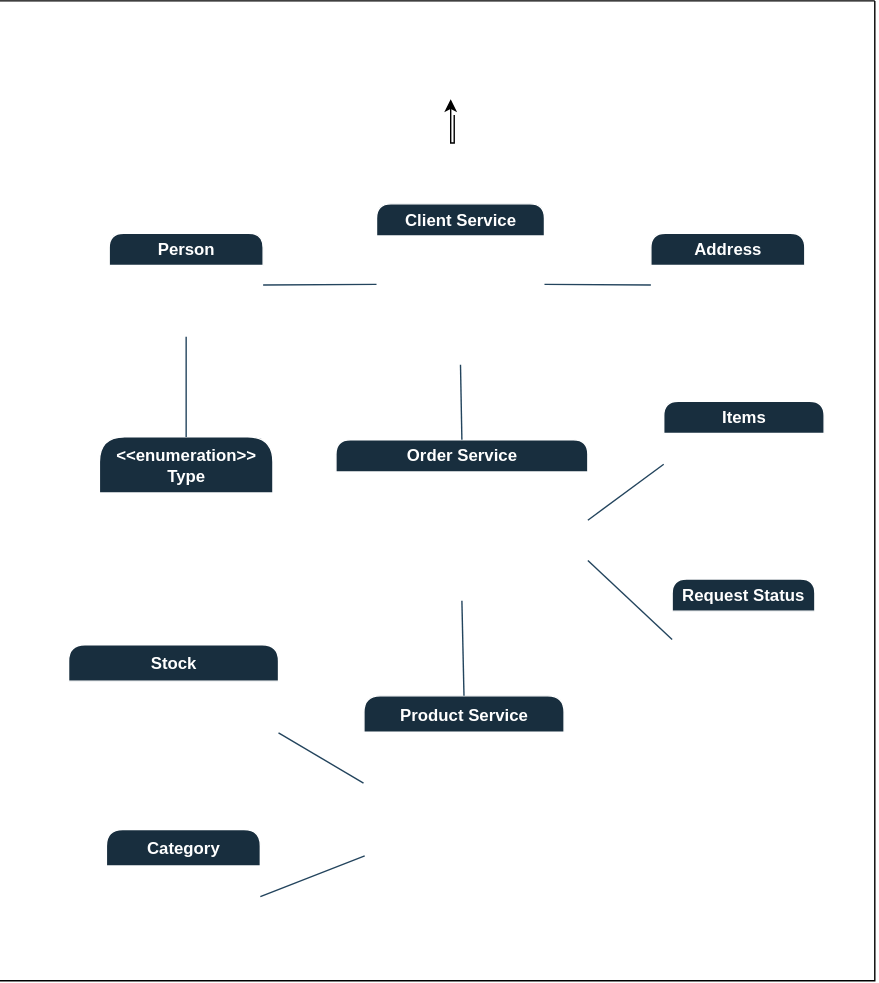
This is docs/diagram-msorderservice-apis.svg from romulomotadev/portfolio-msorderservice-v2, a draw.io export, as it was before one commit. Source tidied: cells renumbered, new cells last; positions are measured from the earlier drawing's top-left corner, leaving out a move shared by most shapes.
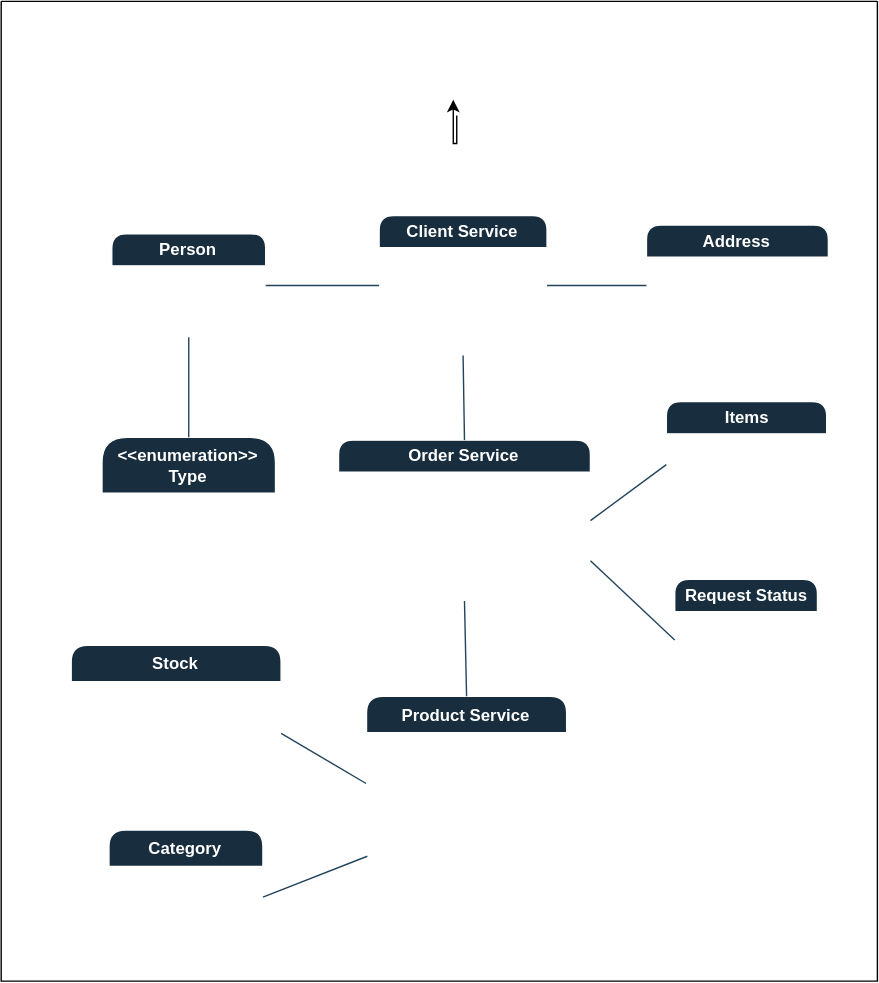
After the commit.

Change to the diagram source:
```diff
@@ -24,10 +24,10 @@
       <mxGeometry x="452.2" y="320.5" width="20" height="10" as="geometry" />
     </mxCell>
     <mxCell id="9" value="Client Service" style="swimlane;whiteSpace=wrap;html=1;rounded=1;labelBorderColor=none;labelBackgroundColor=none;fillColor=light-dark(#182E3E,#D5E8D4);strokeColor=#FFFFFF;fontColor=#FFFFFF;" parent="2" vertex="1">
-      <mxGeometry x="270" y="145" width="120" height="115" as="geometry" />
+      <mxGeometry x="270" y="153" width="120" height="100" as="geometry" />
     </mxCell>
-    <mxCell id="10" value="- &amp;lt;&amp;lt;pk&amp;gt;&amp;gt; id : Long&lt;br&gt;&lt;div&gt;- name : String&lt;/div&gt;&lt;div&gt;- email : String&lt;/div&gt;&lt;div&gt;- password : String&lt;/div&gt;&lt;div&gt;- person : Person&lt;/div&gt;&lt;div&gt;- address : List&lt;/div&gt;&lt;div&gt;&lt;br&gt;&lt;/div&gt;" style="text;align=left;verticalAlign=middle;spacingLeft=4;spacingRight=4;overflow=hidden;whiteSpace=wrap;html=1;rounded=1;labelBackgroundColor=none;labelBorderColor=none;fontColor=#FFFFFF;" parent="9" vertex="1">
-      <mxGeometry x="2.4" y="23" width="114.6" height="90" as="geometry" />
+    <mxCell id="10" value="- &amp;lt;&amp;lt;pk&amp;gt;&amp;gt; id : Long&lt;br&gt;&lt;div&gt;- name : String&lt;/div&gt;&lt;div&gt;- email : String&lt;/div&gt;&lt;div&gt;- person : Person&lt;/div&gt;&lt;div&gt;- address : List&lt;/div&gt;&lt;div&gt;&lt;br&gt;&lt;/div&gt;" style="text;align=left;verticalAlign=middle;spacingLeft=4;spacingRight=4;overflow=hidden;whiteSpace=wrap;html=1;rounded=1;labelBackgroundColor=none;labelBorderColor=none;fontColor=#FFFFFF;" parent="9" vertex="1">
+      <mxGeometry x="2.4" y="23" width="114.6" height="80" as="geometry" />
     </mxCell>
     <mxCell id="11" value="1:1" style="text;html=1;whiteSpace=wrap;strokeColor=none;fillColor=none;align=center;verticalAlign=middle;rounded=1;labelBorderColor=none;labelBackgroundColor=none;fontColor=#FFFFFF;" parent="2" vertex="1">
       <mxGeometry x="247" y="185" width="20" height="13" as="geometry" />
@@ -144,15 +144,15 @@
       <mxGeometry x="393" y="188" width="20" height="10" as="geometry" />
     </mxCell>
     <mxCell id="48" value="n:1" style="text;html=1;whiteSpace=wrap;strokeColor=none;fillColor=none;align=center;verticalAlign=middle;rounded=1;labelBorderColor=none;labelBackgroundColor=none;fontColor=#FFFFFF;" parent="2" vertex="1">
-      <mxGeometry x="446" y="188.5" width="20" height="10" as="geometry" />
+      <mxGeometry x="441" y="188.5" width="20" height="10" as="geometry" />
     </mxCell>
-    <mxCell id="49" value="Address" style="swimlane;whiteSpace=wrap;html=1;rounded=1;labelBorderColor=none;labelBackgroundColor=none;fillColor=light-dark(#182E3E,#D5E8D4);strokeColor=#FFFFFF;fontColor=#FFFFFF;" parent="1" vertex="1">
-      <mxGeometry x="466" y="166" width="110" height="74" as="geometry" />
+    <mxCell id="49" value="Address" style="swimlane;whiteSpace=wrap;html=1;rounded=1;labelBorderColor=none;labelBackgroundColor=none;fillColor=light-dark(#182E3E,#D5E8D4);strokeColor=#FFFFFF;fontColor=#FFFFFF;" parent="2" vertex="1">
+      <mxGeometry x="461" y="159.8" width="130" height="86.5" as="geometry" />
     </mxCell>
-    <mxCell id="50" value="&amp;nbsp;- &amp;lt;&amp;lt;pk&amp;gt;&amp;gt; id : Long&lt;div&gt;&amp;nbsp;- address: String&lt;/div&gt;&lt;div&gt;&amp;nbsp;- zipCode : String&lt;/div&gt;" style="text;html=1;whiteSpace=wrap;strokeColor=none;fillColor=none;align=left;verticalAlign=middle;rounded=1;labelBorderColor=none;labelBackgroundColor=none;fontColor=#FFFFFF;" parent="49" vertex="1">
-      <mxGeometry x="1.2" y="22.5" width="110" height="48.5" as="geometry" />
+    <mxCell id="50" value="&amp;nbsp;- &amp;lt;&amp;lt;pk&amp;gt;&amp;gt; id : Long&lt;div&gt;&amp;nbsp;- address: String&lt;/div&gt;&lt;div&gt;&amp;nbsp;- zipCode : String&lt;/div&gt;&lt;div&gt;&amp;nbsp;- Complement: String&lt;/div&gt;" style="text;html=1;whiteSpace=wrap;strokeColor=none;fillColor=none;align=left;verticalAlign=middle;rounded=1;labelBorderColor=none;labelBackgroundColor=none;fontColor=#FFFFFF;" parent="49" vertex="1">
+      <mxGeometry x="3" y="25.2" width="120" height="57.5" as="geometry" />
     </mxCell>
-    <mxCell id="51" style="endArrow=none;html=1;rounded=1;labelBorderColor=none;fontColor=default;labelBackgroundColor=none;strokeColor=#23445D;entryX=0;entryY=0.5;entryDx=0;entryDy=0;exitX=1;exitY=0.5;exitDx=0;exitDy=0;" parent="1" edge="1" source="9" target="49">
+    <mxCell id="51" style="endArrow=none;html=1;rounded=1;labelBorderColor=none;fontColor=default;labelBackgroundColor=none;strokeColor=#23445D;entryX=0;entryY=0.5;entryDx=0;entryDy=0;exitX=1;exitY=0.5;exitDx=0;exitDy=0;" parent="2" edge="1" source="9" target="49">
       <mxGeometry relative="1" as="geometry" />
     </mxCell>
   </root>
```
